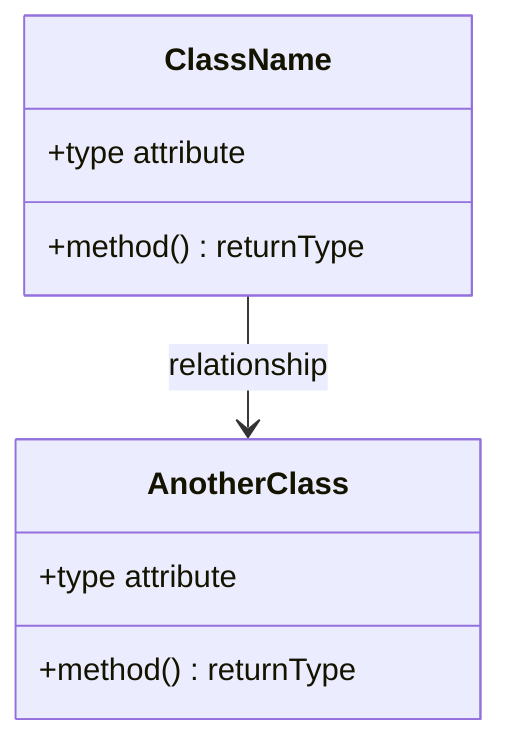
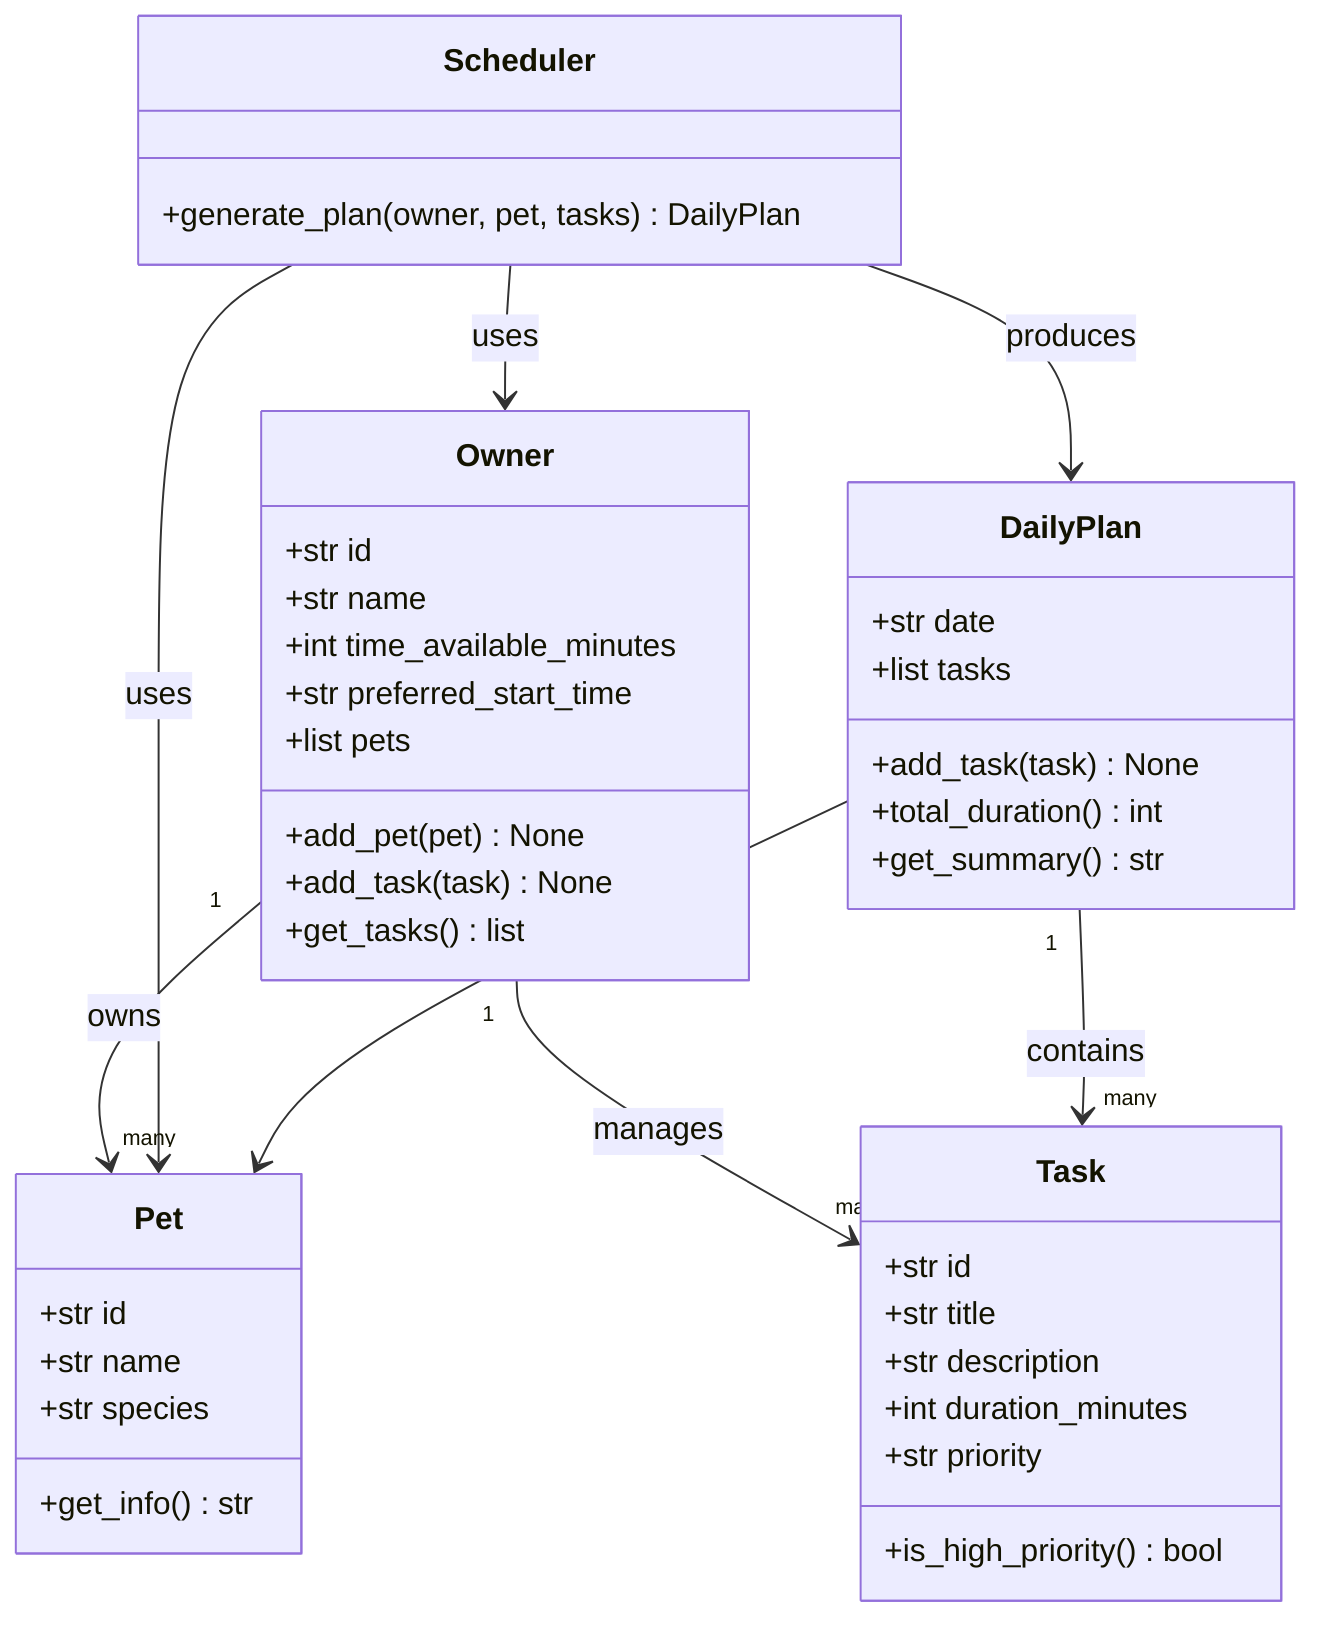
classDiagram
-     %% Replace the placeholders below with your actual classes, attributes, methods, and relationships.
-     %% Keep this file updated so it matches your final implementation.
- 
-     class ClassName {
-         +type attribute
-         +method() returnType
+     class Pet {
+         +str id
+         +str name
+         +str species
+         +get_info() str
    }

-     class AnotherClass {
-         +type attribute
-         +method() returnType
+     class Owner {
+         +str id
+         +str name
+         +int time_available_minutes
+         +str preferred_start_time
+         +list pets
+         +add_pet(pet) None
+         +add_task(task) None
+         +get_tasks() list
    }

-     ClassName --> AnotherClass : relationship
+     class Task {
+         +str id
+         +str title
+         +str description
+         +int duration_minutes
+         +str priority
+         +is_high_priority() bool
+     }
+ 
+     class DailyPlan {
+         +str date
+         +list tasks
+         +add_task(task) None
+         +total_duration() int
+         +get_summary() str
+     }
+ 
+     class Scheduler {
+         +generate_plan(owner, pet, tasks) DailyPlan
+     }
+ 
+     Owner "1" --> "many" Pet : owns
+     Owner "1" --> "many" Task : manages
+     Scheduler --> Owner : uses
+     Scheduler --> Pet : uses
+     Scheduler --> DailyPlan : produces
+     DailyPlan "1" --> "many" Task : contains
+     DailyPlan --> Pet : planned for
